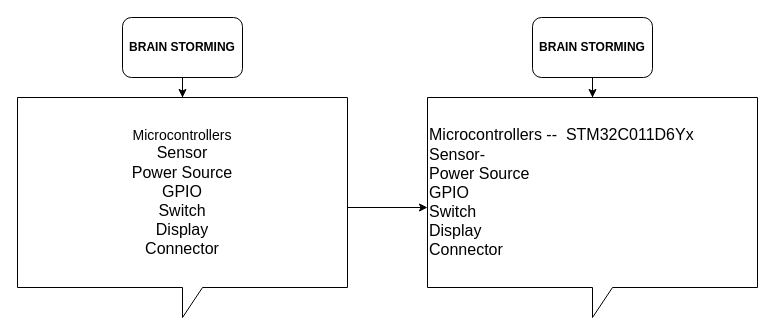
The draw.io diagram Untitled Diagram.drawio in divquan/embedded-system-designs, before the edit. Source tidied: cells renumbered, new cells numbered last; positions are measured from the earlier drawing's top-left corner, leaving out a move shared by most shapes. Both pictures are drawn from the tidied source at 100%, with x=0, y=0 at pixel (17, 17).
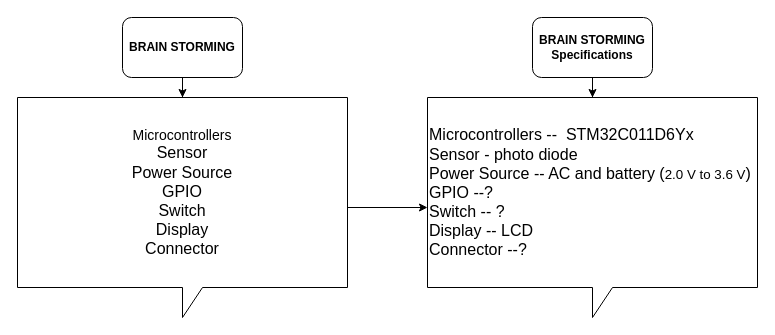
After the change.

Commit message:
diagram: modifie

Diff of the diagram source:
```diff
@@
 <mxGraphModel>
   <root>
     <mxCell id="0" />
     <mxCell id="1" parent="0" />
     <mxCell id="2" style="edgeStyle=orthogonalEdgeStyle;rounded=0;jettySize=auto;html=1;" parent="1" edge="1" source="3" target="6">
       <mxGeometry relative="1" as="geometry" />
     </mxCell>
     <mxCell id="3" value="&lt;font style=&quot;font-size: 14px;&quot;&gt;Microcontrollers&lt;/font&gt;&lt;div&gt;&lt;font size=&quot;3&quot;&gt;Sensor&lt;/font&gt;&lt;/div&gt;&lt;div&gt;&lt;font size=&quot;3&quot;&gt;Power Source&lt;/font&gt;&lt;/div&gt;&lt;div&gt;&lt;font size=&quot;3&quot;&gt;GPIO&lt;/font&gt;&lt;/div&gt;&lt;div&gt;&lt;font size=&quot;3&quot;&gt;Switch&lt;/font&gt;&lt;/div&gt;&lt;div&gt;&lt;font size=&quot;3&quot;&gt;Display&lt;/font&gt;&lt;/div&gt;&lt;div&gt;&lt;font size=&quot;3&quot;&gt;Connector&lt;/font&gt;&lt;/div&gt;" style="shape=callout;whiteSpace=wrap;html=1;perimeter=calloutPerimeter;" parent="1" vertex="1">
       <mxGeometry y="80" width="330" height="220" as="geometry" />
     </mxCell>
     <mxCell id="4" style="edgeStyle=orthogonalEdgeStyle;rounded=0;jettySize=auto;html=1;" parent="1" edge="1" source="5" target="3">
       <mxGeometry relative="1" as="geometry" />
     </mxCell>
     <mxCell id="5" value="&lt;b&gt;BRAIN STORMING&lt;/b&gt;" style="rounded=1;whiteSpace=wrap;html=1;" parent="1" vertex="1">
       <mxGeometry x="105" width="120" height="60" as="geometry" />
     </mxCell>
-    <mxCell id="6" value="&lt;font style=&quot;font-size: 16px;&quot;&gt;Microcontrollers --&amp;nbsp;&amp;nbsp;STM32C011D6Yx&lt;/font&gt;&lt;div&gt;&lt;font size=&quot;3&quot;&gt;Sensor-&amp;nbsp;&lt;/font&gt;&lt;/div&gt;&lt;div&gt;&lt;font size=&quot;3&quot;&gt;Power Source&lt;/font&gt;&lt;/div&gt;&lt;div&gt;&lt;font size=&quot;3&quot;&gt;GPIO&lt;/font&gt;&lt;/div&gt;&lt;div&gt;&lt;font size=&quot;3&quot;&gt;Switch&lt;/font&gt;&lt;/div&gt;&lt;div&gt;&lt;font size=&quot;3&quot;&gt;Display&lt;/font&gt;&lt;/div&gt;&lt;div&gt;&lt;font size=&quot;3&quot;&gt;Connector&lt;/font&gt;&lt;/div&gt;" style="shape=callout;whiteSpace=wrap;html=1;perimeter=calloutPerimeter;align=left;" parent="1" vertex="1">
+    <mxCell id="6" value="&lt;font style=&quot;font-size: 16px;&quot;&gt;Microcontrollers --&amp;nbsp;&amp;nbsp;STM32C011D6Yx&lt;/font&gt;&lt;div&gt;&lt;font size=&quot;3&quot;&gt;Sensor - photo diode&lt;/font&gt;&lt;/div&gt;&lt;div&gt;&lt;font size=&quot;3&quot;&gt;Power Source -- AC and battery (&lt;/font&gt;&lt;span style=&quot;background-color: initial; font-size: 10pt; font-family: Arial;&quot;&gt;2.0 V to 3.6 V&lt;/span&gt;&lt;span style=&quot;background-color: initial; font-size: medium;&quot;&gt;)&lt;/span&gt;&lt;/div&gt;&lt;div&gt;&lt;font size=&quot;3&quot;&gt;GPIO --?&lt;/font&gt;&lt;/div&gt;&lt;div&gt;&lt;font size=&quot;3&quot;&gt;Switch -- ?&lt;/font&gt;&lt;/div&gt;&lt;div&gt;&lt;font size=&quot;3&quot;&gt;Display -- LCD&amp;nbsp;&lt;/font&gt;&lt;/div&gt;&lt;div&gt;&lt;font size=&quot;3&quot;&gt;Connector --?&lt;/font&gt;&lt;/div&gt;" style="shape=callout;whiteSpace=wrap;html=1;perimeter=calloutPerimeter;align=left;" parent="1" vertex="1">
       <mxGeometry x="410" y="80" width="330" height="220" as="geometry" />
     </mxCell>
     <mxCell id="7" style="edgeStyle=orthogonalEdgeStyle;rounded=0;jettySize=auto;html=1;" parent="1" edge="1" source="8" target="6">
       <mxGeometry relative="1" as="geometry" />
     </mxCell>
-    <mxCell id="8" value="&lt;b&gt;BRAIN STORMING&lt;/b&gt;" style="rounded=1;whiteSpace=wrap;html=1;" parent="1" vertex="1">
+    <mxCell id="8" value="&lt;b&gt;BRAIN STORMING&lt;/b&gt;&lt;div&gt;&lt;b&gt;Specifications&lt;/b&gt;&lt;/div&gt;" style="rounded=1;whiteSpace=wrap;html=1;" parent="1" vertex="1">
       <mxGeometry x="515" width="120" height="60" as="geometry" />
     </mxCell>
   </root>
 </mxGraphModel>
```
